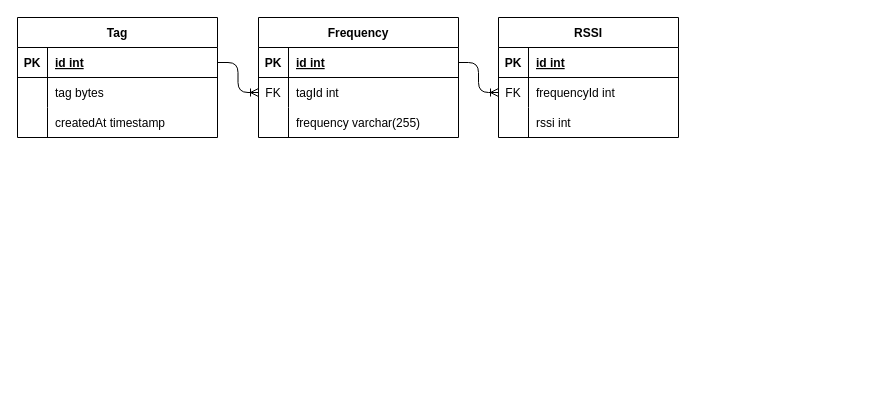
This is diagram/entity-relationship-diagram/entity-relationship-diagram.drawio from NotHydra/pari, a draw.io file, before an edit. Source tidied: cells renumbered, new cells numbered last; positions are measured from the earlier drawing's top-left corner, leaving out a move shared by most shapes. Both pictures are drawn from the tidied source at 100%, with x=0, y=0 at pixel (17, 17).
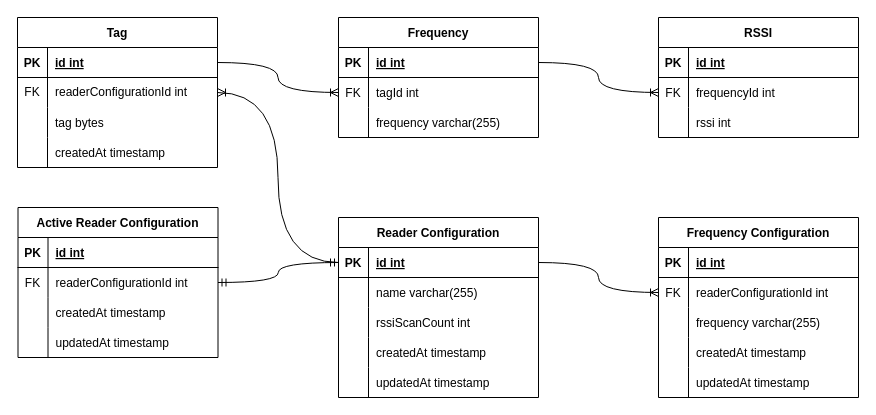
The same diagram, later.

Commit message (it also covers changes not shown here):
feat(diagram): design reader configuration

Unchanged cells that the change refers to:
```xml
<mxCell id="3" style="shape=tableRow;horizontal=0;startSize=0;swimlaneHead=0;swimlaneBody=0;fillColor=none;points=[[0,0.5],[1,0.5]];portConstraint=eastwest;top=0;left=0;right=0;bottom=1;" parent="2" vertex="1">
  <mxGeometry y="30" width="200" height="30" as="geometry" />
</mxCell>
<mxCell id="13" style="shape=tableRow;horizontal=0;startSize=0;swimlaneHead=0;swimlaneBody=0;fillColor=none;points=[[0,0.5],[1,0.5]];portConstraint=eastwest;top=0;left=0;right=0;bottom=1;" parent="12" vertex="1">
  <mxGeometry y="30" width="200" height="30" as="geometry" />
</mxCell>
<mxCell id="16" style="shape=tableRow;horizontal=0;startSize=0;swimlaneHead=0;swimlaneBody=0;fillColor=none;points=[[0,0.5],[1,0.5]];portConstraint=eastwest;top=0;left=0;right=0;bottom=0;" parent="12" vertex="1">
  <mxGeometry y="60" width="200" height="30" as="geometry" />
</mxCell>
```

The edit, as a diff of the source:
```diff
@@
     <mxCell id="2" value="Tag" style="shape=table;startSize=30;childLayout=tableLayout;rowLines=0;fontStyle=1;align=center;" parent="1" vertex="1">
-      <mxGeometry width="200" height="120" as="geometry" />
+      <mxGeometry width="200" height="150" as="geometry" />
     </mxCell>
@@
+    <mxCell id="34" style="shape=tableRow;horizontal=0;startSize=0;swimlaneHead=0;swimlaneBody=0;fillColor=none;points=[[0,0.5],[1,0.5]];portConstraint=eastwest;top=0;left=0;right=0;bottom=0;" parent="2" vertex="1">
+      <mxGeometry y="60" width="200" height="30" as="geometry" />
+    </mxCell>
+    <mxCell id="35" value="FK" style="shape=partialRectangle;fillColor=none;top=0;left=0;bottom=0;right=0;fontStyle=0;overflow=hidden;whiteSpace=wrap;html=1;" parent="34" vertex="1">
+      <mxGeometry width="30" height="30" as="geometry" />
+    </mxCell>
+    <mxCell id="36" value="readerConfigurationId int" style="shape=partialRectangle;fillColor=none;top=0;left=0;bottom=0;right=0;align=left;spacingLeft=6;fontStyle=0;overflow=hidden;whiteSpace=wrap;html=1;" parent="34" vertex="1">
+      <mxGeometry x="30" width="170" height="30" as="geometry" />
+    </mxCell>
     <mxCell id="6" style="shape=tableRow;horizontal=0;startSize=0;swimlaneHead=0;swimlaneBody=0;fillColor=none;top=0;left=0;right=0;bottom=0;" parent="2" vertex="1">
-      <mxGeometry y="60" width="200" height="30" as="geometry" />
+      <mxGeometry y="90" width="200" height="30" as="geometry" />
     </mxCell>
@@
     <mxCell id="9" style="shape=tableRow;horizontal=0;startSize=0;swimlaneHead=0;swimlaneBody=0;fillColor=none;top=0;left=0;right=0;bottom=0;" parent="2" vertex="1">
-      <mxGeometry y="90" width="200" height="30" as="geometry" />
+      <mxGeometry y="120" width="200" height="30" as="geometry" />
     </mxCell>
@@
     <mxCell id="12" value="Frequency" style="shape=table;startSize=30;childLayout=tableLayout;rowLines=0;fontStyle=1;align=center;" parent="1" vertex="1">
-      <mxGeometry x="241" width="200" height="120" as="geometry" />
+      <mxGeometry x="321" width="200" height="120" as="geometry" />
     </mxCell>
@@
     <mxCell id="22" value="RSSI" style="shape=table;startSize=30;childLayout=tableLayout;rowLines=0;fontStyle=1;align=center;" parent="1" vertex="1">
-      <mxGeometry x="481" width="180" height="120" as="geometry" />
+      <mxGeometry x="641" width="200" height="120" as="geometry" />
     </mxCell>
     <mxCell id="23" style="shape=tableRow;horizontal=0;startSize=0;swimlaneHead=0;swimlaneBody=0;fillColor=none;top=0;left=0;right=0;bottom=1;" parent="22" vertex="1">
-      <mxGeometry y="30" width="180" height="30" as="geometry" />
+      <mxGeometry y="30" width="200" height="30" as="geometry" />
     </mxCell>
@@
     <mxCell id="25" value="id int" style="shape=partialRectangle;fillColor=none;top=0;left=0;bottom=0;right=0;align=left;spacingLeft=6;fontStyle=5;overflow=hidden;" parent="23" vertex="1">
-      <mxGeometry x="30" width="150" height="30" as="geometry" />
+      <mxGeometry x="30" width="170" height="30" as="geometry" />
     </mxCell>
     <mxCell id="26" style="shape=tableRow;horizontal=0;startSize=0;swimlaneHead=0;swimlaneBody=0;fillColor=none;points=[[0,0.5],[1,0.5]];portConstraint=eastwest;top=0;left=0;right=0;bottom=0;" parent="22" vertex="1">
-      <mxGeometry y="60" width="180" height="30" as="geometry" />
+      <mxGeometry y="60" width="200" height="30" as="geometry" />
     </mxCell>
@@
     <mxCell id="28" value="frequencyId int" style="shape=partialRectangle;fillColor=none;top=0;left=0;bottom=0;right=0;align=left;spacingLeft=6;overflow=hidden;" parent="26" vertex="1">
-      <mxGeometry x="30" width="150" height="30" as="geometry" />
+      <mxGeometry x="30" width="170" height="30" as="geometry" />
     </mxCell>
     <mxCell id="29" style="shape=tableRow;horizontal=0;startSize=0;swimlaneHead=0;swimlaneBody=0;fillColor=none;top=0;left=0;right=0;bottom=0;" parent="22" vertex="1">
-      <mxGeometry y="90" width="180" height="30" as="geometry" />
+      <mxGeometry y="90" width="200" height="30" as="geometry" />
     </mxCell>
@@
     <mxCell id="31" value="rssi int" style="shape=partialRectangle;fillColor=none;top=0;left=0;bottom=0;right=0;align=left;spacingLeft=6;overflow=hidden;" parent="29" vertex="1">
-      <mxGeometry x="30" width="150" height="30" as="geometry" />
+      <mxGeometry x="30" width="170" height="30" as="geometry" />
     </mxCell>
-    <mxCell id="32" style="edgeStyle=orthogonalEdgeStyle;fontSize=12;html=1;endArrow=ERoneToMany;" parent="1" edge="1" source="3" target="16">
+    <mxCell id="32" style="edgeStyle=orthogonalEdgeStyle;fontSize=12;html=1;endArrow=ERoneToMany;curved=1;" parent="1" edge="1" source="3" target="16">
       <mxGeometry relative="1" as="geometry" />
     </mxCell>
-    <mxCell id="33" style="edgeStyle=orthogonalEdgeStyle;fontSize=12;html=1;endArrow=ERoneToMany;" parent="1" edge="1" source="13" target="26">
+    <mxCell id="33" style="edgeStyle=orthogonalEdgeStyle;fontSize=12;html=1;endArrow=ERoneToMany;curved=1;" parent="1" edge="1" source="13" target="26">
       <mxGeometry relative="1" as="geometry" />
     </mxCell>
+    <mxCell id="37" value="Active Reader Configuration" style="shape=table;startSize=30;childLayout=tableLayout;rowLines=0;fontStyle=1;align=center;" parent="1" vertex="1">
+      <mxGeometry x="0.5" y="190" width="200" height="150" as="geometry" />
+    </mxCell>
+    <mxCell id="38" style="shape=tableRow;horizontal=0;startSize=0;swimlaneHead=0;swimlaneBody=0;fillColor=none;top=0;left=0;right=0;bottom=1;" parent="37" vertex="1">
+      <mxGeometry y="30" width="200" height="30" as="geometry" />
+    </mxCell>
+    <mxCell id="39" value="PK" style="shape=partialRectangle;fillColor=none;top=0;left=0;bottom=0;right=0;fontStyle=1;overflow=hidden;" parent="38" vertex="1">
+      <mxGeometry width="30" height="30" as="geometry" />
+    </mxCell>
+    <mxCell id="40" value="id int" style="shape=partialRectangle;fillColor=none;top=0;left=0;bottom=0;right=0;align=left;spacingLeft=6;fontStyle=5;overflow=hidden;" parent="38" vertex="1">
+      <mxGeometry x="30" width="170" height="30" as="geometry" />
+    </mxCell>
+    <mxCell id="41" style="shape=tableRow;horizontal=0;startSize=0;swimlaneHead=0;swimlaneBody=0;fillColor=none;points=[[0,0.5],[1,0.5]];portConstraint=eastwest;top=0;left=0;right=0;bottom=0;" parent="37" vertex="1">
+      <mxGeometry y="60" width="200" height="30" as="geometry" />
+    </mxCell>
+    <mxCell id="42" value="FK" style="shape=partialRectangle;fillColor=none;top=0;left=0;bottom=0;right=0;overflow=hidden;" parent="41" vertex="1">
+      <mxGeometry width="30" height="30" as="geometry" />
+    </mxCell>
+    <mxCell id="43" value="readerConfigurationId int" style="shape=partialRectangle;fillColor=none;top=0;left=0;bottom=0;right=0;align=left;spacingLeft=6;overflow=hidden;" parent="41" vertex="1">
+      <mxGeometry x="30" width="170" height="30" as="geometry" />
+    </mxCell>
+    <mxCell id="44" style="shape=tableRow;horizontal=0;startSize=0;swimlaneHead=0;swimlaneBody=0;fillColor=none;top=0;left=0;right=0;bottom=0;" parent="37" vertex="1">
+      <mxGeometry y="90" width="200" height="30" as="geometry" />
+    </mxCell>
+    <mxCell id="45" style="shape=partialRectangle;fillColor=none;top=0;left=0;bottom=0;right=0;overflow=hidden;" parent="44" vertex="1">
+      <mxGeometry width="30" height="30" as="geometry" />
+    </mxCell>
+    <mxCell id="46" value="createdAt timestamp" style="shape=partialRectangle;fillColor=none;top=0;left=0;bottom=0;right=0;align=left;spacingLeft=6;overflow=hidden;" parent="44" vertex="1">
+      <mxGeometry x="30" width="170" height="30" as="geometry" />
+    </mxCell>
+    <mxCell id="47" style="shape=tableRow;horizontal=0;startSize=0;swimlaneHead=0;swimlaneBody=0;fillColor=none;top=0;left=0;right=0;bottom=0;" parent="37" vertex="1">
+      <mxGeometry y="120" width="200" height="30" as="geometry" />
+    </mxCell>
+    <mxCell id="48" style="shape=partialRectangle;fillColor=none;top=0;left=0;bottom=0;right=0;overflow=hidden;" parent="47" vertex="1">
+      <mxGeometry width="30" height="30" as="geometry" />
+    </mxCell>
+    <mxCell id="49" value="updatedAt timestamp" style="shape=partialRectangle;fillColor=none;top=0;left=0;bottom=0;right=0;align=left;spacingLeft=6;overflow=hidden;" parent="47" vertex="1">
+      <mxGeometry x="30" width="170" height="30" as="geometry" />
+    </mxCell>
+    <mxCell id="50" value="Reader Configuration" style="shape=table;startSize=30;childLayout=tableLayout;rowLines=0;fontStyle=1;align=center;" parent="1" vertex="1">
+      <mxGeometry x="321" y="200" width="200" height="180" as="geometry" />
+    </mxCell>
+    <mxCell id="51" style="shape=tableRow;horizontal=0;startSize=0;swimlaneHead=0;swimlaneBody=0;fillColor=none;points=[[0,0.5],[1,0.5]];portConstraint=eastwest;top=0;left=0;right=0;bottom=1;" parent="50" vertex="1">
+      <mxGeometry y="30" width="200" height="30" as="geometry" />
+    </mxCell>
+    <mxCell id="52" value="PK" style="shape=partialRectangle;fillColor=none;top=0;left=0;bottom=0;right=0;fontStyle=1;overflow=hidden;" parent="51" vertex="1">
+      <mxGeometry width="30" height="30" as="geometry" />
+    </mxCell>
+    <mxCell id="53" value="id int" style="shape=partialRectangle;fillColor=none;top=0;left=0;bottom=0;right=0;align=left;spacingLeft=6;fontStyle=5;overflow=hidden;" parent="51" vertex="1">
+      <mxGeometry x="30" width="170" height="30" as="geometry" />
+    </mxCell>
+    <mxCell id="54" style="shape=tableRow;horizontal=0;startSize=0;swimlaneHead=0;swimlaneBody=0;fillColor=none;top=0;left=0;right=0;bottom=0;" parent="50" vertex="1">
+      <mxGeometry y="60" width="200" height="30" as="geometry" />
+    </mxCell>
+    <mxCell id="55" style="shape=partialRectangle;fillColor=none;top=0;left=0;bottom=0;right=0;overflow=hidden;" parent="54" vertex="1">
+      <mxGeometry width="30" height="30" as="geometry" />
+    </mxCell>
+    <mxCell id="56" value="name varchar(255)" style="shape=partialRectangle;fillColor=none;top=0;left=0;bottom=0;right=0;align=left;spacingLeft=6;overflow=hidden;" parent="54" vertex="1">
+      <mxGeometry x="30" width="170" height="30" as="geometry" />
+    </mxCell>
+    <mxCell id="57" style="shape=tableRow;horizontal=0;startSize=0;swimlaneHead=0;swimlaneBody=0;fillColor=none;top=0;left=0;right=0;bottom=0;" parent="50" vertex="1">
+      <mxGeometry y="90" width="200" height="30" as="geometry" />
+    </mxCell>
+    <mxCell id="58" style="shape=partialRectangle;fillColor=none;top=0;left=0;bottom=0;right=0;overflow=hidden;" parent="57" vertex="1">
+      <mxGeometry width="30" height="30" as="geometry" />
+    </mxCell>
+    <mxCell id="59" value="rssiScanCount int" style="shape=partialRectangle;fillColor=none;top=0;left=0;bottom=0;right=0;align=left;spacingLeft=6;overflow=hidden;" parent="57" vertex="1">
+      <mxGeometry x="30" width="170" height="30" as="geometry" />
+    </mxCell>
+    <mxCell id="60" style="shape=tableRow;horizontal=0;startSize=0;swimlaneHead=0;swimlaneBody=0;fillColor=none;top=0;left=0;right=0;bottom=0;" parent="50" vertex="1">
+      <mxGeometry y="120" width="200" height="30" as="geometry" />
+    </mxCell>
+    <mxCell id="61" style="shape=partialRectangle;fillColor=none;top=0;left=0;bottom=0;right=0;overflow=hidden;" parent="60" vertex="1">
+      <mxGeometry width="30" height="30" as="geometry" />
+    </mxCell>
+    <mxCell id="62" value="createdAt timestamp" style="shape=partialRectangle;fillColor=none;top=0;left=0;bottom=0;right=0;align=left;spacingLeft=6;overflow=hidden;" parent="60" vertex="1">
+      <mxGeometry x="30" width="170" height="30" as="geometry" />
+    </mxCell>
+    <mxCell id="63" style="shape=tableRow;horizontal=0;startSize=0;swimlaneHead=0;swimlaneBody=0;fillColor=none;top=0;left=0;right=0;bottom=0;" parent="50" vertex="1">
+      <mxGeometry y="150" width="200" height="30" as="geometry" />
+    </mxCell>
+    <mxCell id="64" style="shape=partialRectangle;fillColor=none;top=0;left=0;bottom=0;right=0;overflow=hidden;" parent="63" vertex="1">
+      <mxGeometry width="30" height="30" as="geometry" />
+    </mxCell>
+    <mxCell id="65" value="updatedAt timestamp" style="shape=partialRectangle;fillColor=none;top=0;left=0;bottom=0;right=0;align=left;spacingLeft=6;overflow=hidden;" parent="63" vertex="1">
+      <mxGeometry x="30" width="170" height="30" as="geometry" />
+    </mxCell>
+    <mxCell id="66" style="edgeStyle=orthogonalEdgeStyle;fontSize=12;html=1;endArrow=ERmandOne;startArrow=ERmandOne;rounded=0;exitX=1;exitY=0.5;exitDx=0;exitDy=0;entryX=0;entryY=0.5;entryDx=0;entryDy=0;curved=1;" parent="1" edge="1" source="41" target="51">
+      <mxGeometry relative="1" as="geometry" />
+    </mxCell>
+    <mxCell id="67" value="Frequency Configuration" style="shape=table;startSize=30;childLayout=tableLayout;rowLines=0;fontStyle=1;align=center;" parent="1" vertex="1">
+      <mxGeometry x="641" y="200" width="200" height="180" as="geometry" />
+    </mxCell>
+    <mxCell id="68" style="shape=tableRow;horizontal=0;startSize=0;swimlaneHead=0;swimlaneBody=0;fillColor=none;top=0;left=0;right=0;bottom=1;" parent="67" vertex="1">
+      <mxGeometry y="30" width="200" height="30" as="geometry" />
+    </mxCell>
+    <mxCell id="69" value="PK" style="shape=partialRectangle;fillColor=none;top=0;left=0;bottom=0;right=0;fontStyle=1;overflow=hidden;" parent="68" vertex="1">
+      <mxGeometry width="30" height="30" as="geometry" />
+    </mxCell>
+    <mxCell id="70" value="id int" style="shape=partialRectangle;fillColor=none;top=0;left=0;bottom=0;right=0;align=left;spacingLeft=6;fontStyle=5;overflow=hidden;" parent="68" vertex="1">
+      <mxGeometry x="30" width="170" height="30" as="geometry" />
+    </mxCell>
+    <mxCell id="71" style="shape=tableRow;horizontal=0;startSize=0;swimlaneHead=0;swimlaneBody=0;fillColor=none;points=[[0,0.5],[1,0.5]];portConstraint=eastwest;top=0;left=0;right=0;bottom=0;" parent="67" vertex="1">
+      <mxGeometry y="60" width="200" height="30" as="geometry" />
+    </mxCell>
+    <mxCell id="72" value="FK" style="shape=partialRectangle;fillColor=none;top=0;left=0;bottom=0;right=0;overflow=hidden;" parent="71" vertex="1">
+      <mxGeometry width="30" height="30" as="geometry" />
+    </mxCell>
+    <mxCell id="73" value="readerConfigurationId int" style="shape=partialRectangle;fillColor=none;top=0;left=0;bottom=0;right=0;align=left;spacingLeft=6;overflow=hidden;" parent="71" vertex="1">
+      <mxGeometry x="30" width="170" height="30" as="geometry" />
+    </mxCell>
+    <mxCell id="74" style="shape=tableRow;horizontal=0;startSize=0;swimlaneHead=0;swimlaneBody=0;fillColor=none;top=0;left=0;right=0;bottom=0;" parent="67" vertex="1">
+      <mxGeometry y="90" width="200" height="30" as="geometry" />
+    </mxCell>
+    <mxCell id="75" style="shape=partialRectangle;fillColor=none;top=0;left=0;bottom=0;right=0;overflow=hidden;" parent="74" vertex="1">
+      <mxGeometry width="30" height="30" as="geometry" />
+    </mxCell>
+    <mxCell id="76" value="frequency varchar(255)" style="shape=partialRectangle;fillColor=none;top=0;left=0;bottom=0;right=0;align=left;spacingLeft=6;overflow=hidden;" parent="74" vertex="1">
+      <mxGeometry x="30" width="170" height="30" as="geometry" />
+    </mxCell>
+    <mxCell id="77" style="shape=tableRow;horizontal=0;startSize=0;swimlaneHead=0;swimlaneBody=0;fillColor=none;top=0;left=0;right=0;bottom=0;" parent="67" vertex="1">
+      <mxGeometry y="120" width="200" height="30" as="geometry" />
+    </mxCell>
+    <mxCell id="78" style="shape=partialRectangle;fillColor=none;top=0;left=0;bottom=0;right=0;overflow=hidden;" parent="77" vertex="1">
+      <mxGeometry width="30" height="30" as="geometry" />
+    </mxCell>
+    <mxCell id="79" value="createdAt timestamp" style="shape=partialRectangle;fillColor=none;top=0;left=0;bottom=0;right=0;align=left;spacingLeft=6;overflow=hidden;" parent="77" vertex="1">
+      <mxGeometry x="30" width="170" height="30" as="geometry" />
+    </mxCell>
+    <mxCell id="80" style="shape=tableRow;horizontal=0;startSize=0;swimlaneHead=0;swimlaneBody=0;fillColor=none;top=0;left=0;right=0;bottom=0;" parent="67" vertex="1">
+      <mxGeometry y="150" width="200" height="30" as="geometry" />
+    </mxCell>
+    <mxCell id="81" style="shape=partialRectangle;fillColor=none;top=0;left=0;bottom=0;right=0;overflow=hidden;" parent="80" vertex="1">
+      <mxGeometry width="30" height="30" as="geometry" />
+    </mxCell>
+    <mxCell id="82" value="updatedAt timestamp" style="shape=partialRectangle;fillColor=none;top=0;left=0;bottom=0;right=0;align=left;spacingLeft=6;overflow=hidden;" parent="80" vertex="1">
+      <mxGeometry x="30" width="170" height="30" as="geometry" />
+    </mxCell>
+    <mxCell id="83" style="edgeStyle=orthogonalEdgeStyle;fontSize=12;html=1;endArrow=ERoneToMany;curved=1;" parent="1" edge="1" source="51" target="71">
+      <mxGeometry relative="1" as="geometry" />
+    </mxCell>
+    <mxCell id="84" style="edgeStyle=orthogonalEdgeStyle;fontSize=12;html=1;endArrow=ERoneToMany;curved=1;" parent="1" edge="1" source="51" target="34">
+      <mxGeometry relative="1" as="geometry" />
+    </mxCell>
```
